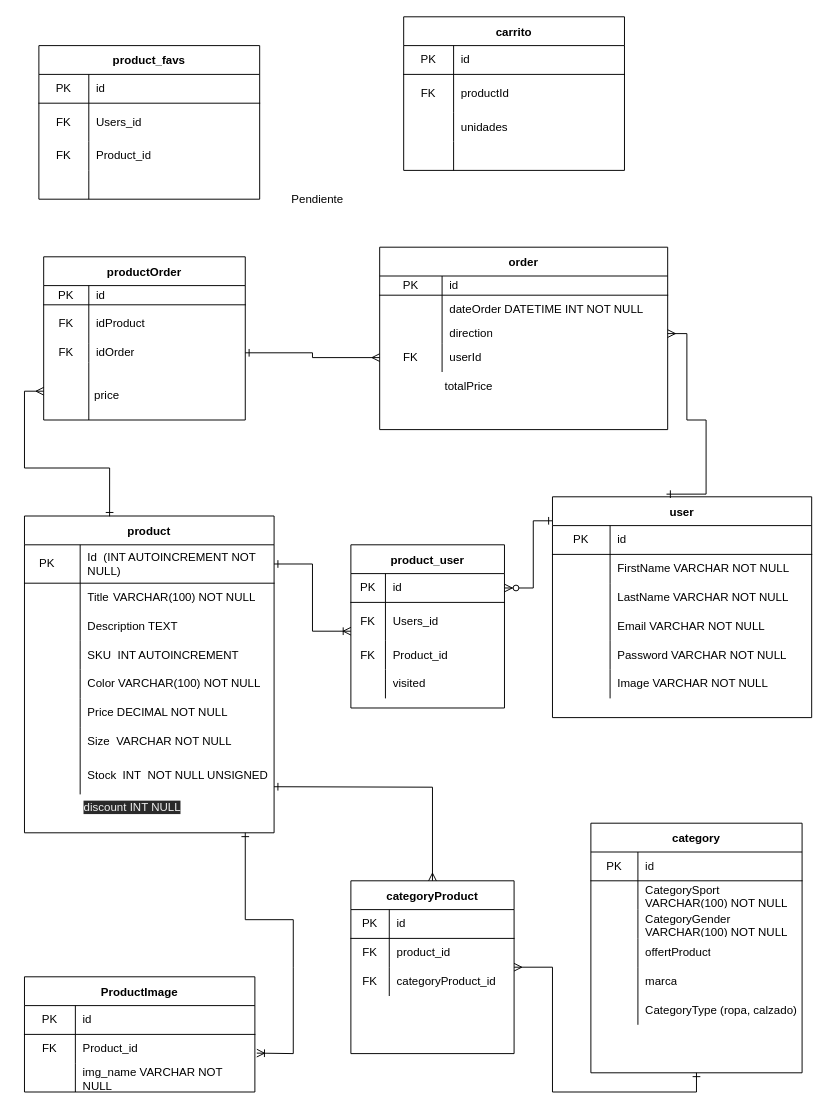
Earlier version of the draw.io diagram data/DER/Entity-Relation-Diagram.drawio (0621CDFSNCN12LAED/grupo-08). Source tidied: cells renumbered, new cells numbered last; positions are measured from the earlier drawing's top-left corner, leaving out a move shared by most shapes. Both pictures are drawn from the tidied source at 96%, with x=0, y=0 at pixel (24, 16).
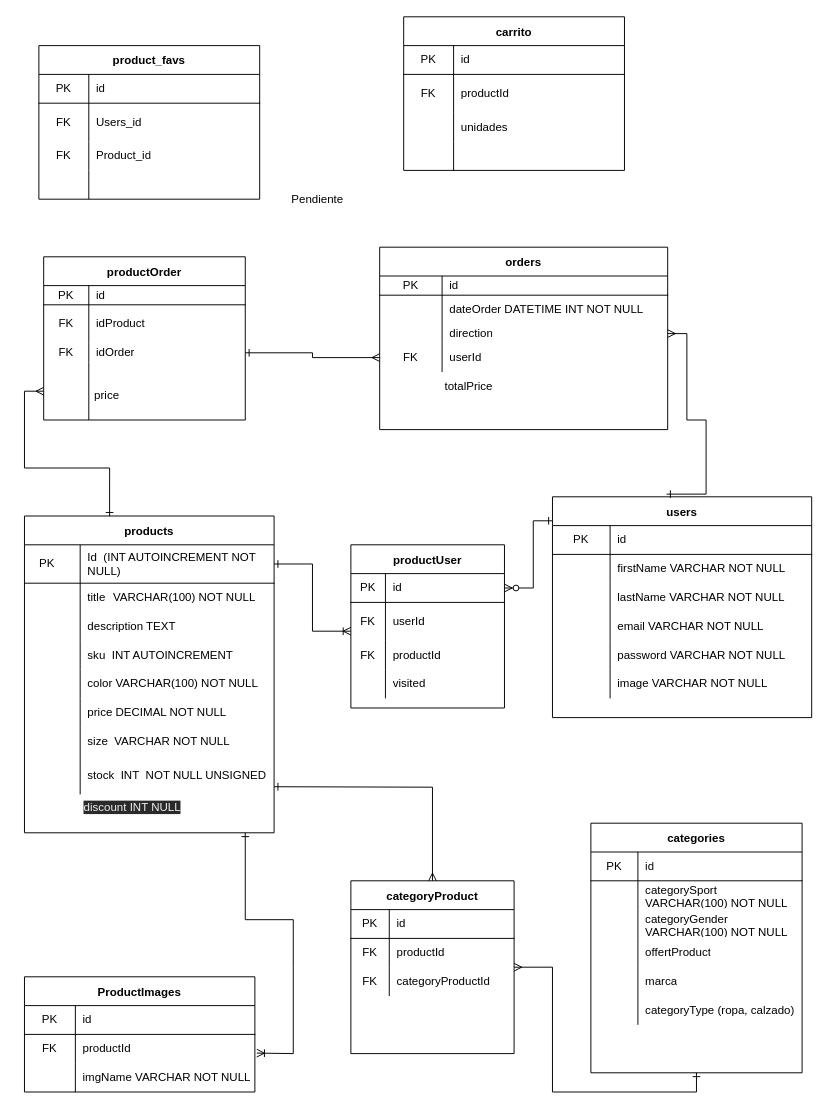
Above is the later version.

Commit message:
correccion nombres de diagrama minusculas + camelCase

Unchanged cells that the change refers to:
```xml
<mxCell id="6" style="shape=partialRectangle;html=1;whiteSpace=wrap;fillColor=none;top=0;left=0;bottom=0;right=0;" parent="2" vertex="1">
  <mxGeometry y="70" width="260" height="30" as="geometry" />
</mxCell>
<mxCell id="9" style="shape=partialRectangle;html=1;whiteSpace=wrap;fillColor=none;top=0;left=0;bottom=0;right=0;" parent="2" vertex="1">
  <mxGeometry y="100" width="260" height="30" as="geometry" />
</mxCell>
<mxCell id="12" style="shape=partialRectangle;html=1;whiteSpace=wrap;fillColor=none;top=0;left=0;bottom=0;right=0;" parent="2" vertex="1">
  <mxGeometry y="130" width="260" height="30" as="geometry" />
</mxCell>
<mxCell id="15" style="shape=partialRectangle;html=1;whiteSpace=wrap;fillColor=none;top=0;left=0;bottom=0;right=0;" parent="2" vertex="1">
  <mxGeometry y="160" width="260" height="30" as="geometry" />
</mxCell>
<mxCell id="18" style="shape=partialRectangle;html=1;whiteSpace=wrap;fillColor=none;top=0;left=0;bottom=0;right=0;" parent="2" vertex="1">
  <mxGeometry y="190" width="260" height="30" as="geometry" />
</mxCell>
<mxCell id="21" style="shape=partialRectangle;html=1;whiteSpace=wrap;fillColor=none;top=0;left=0;bottom=0;right=0;" parent="2" vertex="1">
  <mxGeometry y="220" width="260" height="30" as="geometry" />
</mxCell>
<mxCell id="24" style="shape=partialRectangle;html=1;whiteSpace=wrap;fillColor=none;top=0;left=0;bottom=0;right=0;" parent="2" vertex="1">
  <mxGeometry y="250" width="260" height="40" as="geometry" />
</mxCell>
<mxCell id="32" style="shape=partialRectangle;html=1;whiteSpace=wrap;fillColor=none;top=0;left=0;bottom=0;right=0;" parent="28" vertex="1">
  <mxGeometry y="60" width="240" height="30" as="geometry" />
</mxCell>
<mxCell id="35" style="shape=partialRectangle;html=1;whiteSpace=wrap;fillColor=none;top=0;left=0;bottom=0;right=0;" parent="28" vertex="1">
  <mxGeometry y="90" width="240" height="30" as="geometry" />
</mxCell>
<mxCell id="42" style="shape=partialRectangle;html=1;whiteSpace=wrap;fillColor=none;top=0;left=0;bottom=0;right=0;" parent="38" vertex="1">
  <mxGeometry y="60" width="160" height="40" as="geometry" />
</mxCell>
<mxCell id="45" style="shape=partialRectangle;html=1;whiteSpace=wrap;fillColor=none;top=0;left=0;bottom=0;right=0;" parent="38" vertex="1">
  <mxGeometry y="100" width="160" height="30" as="geometry" />
</mxCell>
<mxCell id="56" style="shape=partialRectangle;html=1;whiteSpace=wrap;fillColor=none;top=0;left=0;bottom=0;right=0;" parent="52" vertex="1">
  <mxGeometry y="60" width="270" height="30" as="geometry" />
</mxCell>
<mxCell id="59" style="shape=partialRectangle;html=1;whiteSpace=wrap;fillColor=none;top=0;left=0;bottom=0;right=0;" parent="52" vertex="1">
  <mxGeometry y="90" width="270" height="30" as="geometry" />
</mxCell>
<mxCell id="62" style="shape=partialRectangle;html=1;whiteSpace=wrap;fillColor=none;top=0;left=0;bottom=0;right=0;" parent="52" vertex="1">
  <mxGeometry y="120" width="270" height="30" as="geometry" />
</mxCell>
<mxCell id="65" style="shape=partialRectangle;html=1;whiteSpace=wrap;fillColor=none;top=0;left=0;bottom=0;right=0;" parent="52" vertex="1">
  <mxGeometry y="150" width="270" height="30" as="geometry" />
</mxCell>
<mxCell id="68" style="shape=partialRectangle;html=1;whiteSpace=wrap;fillColor=none;top=0;left=0;bottom=0;right=0;" parent="52" vertex="1">
  <mxGeometry y="180" width="270" height="30" as="geometry" />
</mxCell>
<mxCell id="76" style="shape=partialRectangle;html=1;whiteSpace=wrap;fillColor=none;top=0;left=0;bottom=0;right=0;" parent="72" vertex="1">
  <mxGeometry y="60" width="220" height="30" as="geometry" />
</mxCell>
<mxCell id="79" style="shape=partialRectangle;html=1;whiteSpace=wrap;fillColor=none;top=0;left=0;bottom=0;right=0;" parent="72" vertex="1">
  <mxGeometry y="90" width="220" height="30" as="geometry" />
</mxCell>
<mxCell id="88" style="shape=partialRectangle;html=1;whiteSpace=wrap;fillColor=none;top=0;left=0;bottom=0;right=0;" parent="72" vertex="1">
  <mxGeometry y="180" width="220" height="30" as="geometry" />
</mxCell>
<mxCell id="96" style="shape=partialRectangle;html=1;whiteSpace=wrap;fillColor=none;top=0;left=0;bottom=0;right=0;" parent="92" vertex="1">
  <mxGeometry y="60" width="170" height="30" as="geometry" />
</mxCell>
<mxCell id="99" style="shape=partialRectangle;html=1;whiteSpace=wrap;fillColor=none;top=0;left=0;bottom=0;right=0;" parent="92" vertex="1">
  <mxGeometry y="90" width="170" height="30" as="geometry" />
</mxCell>
```

What changed in the source:
```diff
@@
-    <mxCell id="2" value="product" style="shape=table;startSize=30;childLayout=tableLayout;rowLines=0;fontStyle=1;align=center;" parent="1" vertex="1">
+    <mxCell id="2" value="products" style="shape=table;startSize=30;childLayout=tableLayout;rowLines=0;fontStyle=1;align=center;" parent="1" vertex="1">
       <mxGeometry y="520" width="260" height="330" as="geometry" />
     </mxCell>
@@
-    <mxCell id="8" value="Title&lt;span style=&quot;white-space: pre&quot;&gt;&#9;&lt;/span&gt;VARCHAR(100) NOT NULL" style="shape=partialRectangle;html=1;whiteSpace=wrap;fillColor=none;top=0;left=0;bottom=0;right=0;align=left;spacingLeft=6;overflow=hidden;" parent="6" vertex="1">
+    <mxCell id="8" value="title&lt;span style=&quot;white-space: pre&quot;&gt;&#9;&lt;/span&gt;VARCHAR(100) NOT NULL" style="shape=partialRectangle;html=1;whiteSpace=wrap;fillColor=none;top=0;left=0;bottom=0;right=0;align=left;spacingLeft=6;overflow=hidden;" parent="6" vertex="1">
       <mxGeometry x="58" width="202" height="30" as="geometry" />
     </mxCell>
@@
-    <mxCell id="11" value="Description TEXT&amp;nbsp;" style="shape=partialRectangle;html=1;whiteSpace=wrap;fillColor=none;top=0;left=0;bottom=0;right=0;align=left;spacingLeft=6;overflow=hidden;" parent="9" vertex="1">
+    <mxCell id="11" value="description TEXT&amp;nbsp;" style="shape=partialRectangle;html=1;whiteSpace=wrap;fillColor=none;top=0;left=0;bottom=0;right=0;align=left;spacingLeft=6;overflow=hidden;" parent="9" vertex="1">
       <mxGeometry x="58" width="202" height="30" as="geometry" />
     </mxCell>
@@
-    <mxCell id="14" value="SKU&amp;nbsp; INT AUTOINCREMENT" style="shape=partialRectangle;html=1;whiteSpace=wrap;fillColor=none;top=0;left=0;bottom=0;right=0;align=left;spacingLeft=6;overflow=hidden;" parent="12" vertex="1">
+    <mxCell id="14" value="sku&amp;nbsp; INT AUTOINCREMENT" style="shape=partialRectangle;html=1;whiteSpace=wrap;fillColor=none;top=0;left=0;bottom=0;right=0;align=left;spacingLeft=6;overflow=hidden;" parent="12" vertex="1">
       <mxGeometry x="58" width="202" height="30" as="geometry" />
     </mxCell>
@@
-    <mxCell id="17" value="Color VARCHAR(100) NOT NULL" style="shape=partialRectangle;html=1;whiteSpace=wrap;fillColor=none;top=0;left=0;bottom=0;right=0;align=left;spacingLeft=6;overflow=hidden;" parent="15" vertex="1">
+    <mxCell id="17" value="color VARCHAR(100) NOT NULL" style="shape=partialRectangle;html=1;whiteSpace=wrap;fillColor=none;top=0;left=0;bottom=0;right=0;align=left;spacingLeft=6;overflow=hidden;" parent="15" vertex="1">
       <mxGeometry x="58" width="202" height="30" as="geometry" />
     </mxCell>
@@
-    <mxCell id="20" value="Price DECIMAL NOT NULL" style="shape=partialRectangle;html=1;whiteSpace=wrap;fillColor=none;top=0;left=0;bottom=0;right=0;align=left;spacingLeft=6;overflow=hidden;" parent="18" vertex="1">
+    <mxCell id="20" value="price DECIMAL NOT NULL" style="shape=partialRectangle;html=1;whiteSpace=wrap;fillColor=none;top=0;left=0;bottom=0;right=0;align=left;spacingLeft=6;overflow=hidden;" parent="18" vertex="1">
       <mxGeometry x="58" width="202" height="30" as="geometry" />
     </mxCell>
@@
-    <mxCell id="23" value="Size&amp;nbsp; VARCHAR NOT NULL" style="shape=partialRectangle;html=1;whiteSpace=wrap;fillColor=none;top=0;left=0;bottom=0;right=0;align=left;spacingLeft=6;overflow=hidden;" parent="21" vertex="1">
+    <mxCell id="23" value="size&amp;nbsp; VARCHAR NOT NULL" style="shape=partialRectangle;html=1;whiteSpace=wrap;fillColor=none;top=0;left=0;bottom=0;right=0;align=left;spacingLeft=6;overflow=hidden;" parent="21" vertex="1">
       <mxGeometry x="58" width="202" height="30" as="geometry" />
     </mxCell>
@@
-    <mxCell id="26" value="Stock&amp;nbsp; INT&amp;nbsp; NOT NULL UNSIGNED" style="shape=partialRectangle;html=1;whiteSpace=wrap;fillColor=none;top=0;left=0;bottom=0;right=0;align=left;spacingLeft=6;overflow=hidden;" parent="24" vertex="1">
+    <mxCell id="26" value="stock&amp;nbsp; INT&amp;nbsp; NOT NULL UNSIGNED" style="shape=partialRectangle;html=1;whiteSpace=wrap;fillColor=none;top=0;left=0;bottom=0;right=0;align=left;spacingLeft=6;overflow=hidden;" parent="24" vertex="1">
       <mxGeometry x="58" width="202" height="40" as="geometry" />
     </mxCell>
@@
-    <mxCell id="28" value="ProductImage" style="shape=table;startSize=30;childLayout=tableLayout;rowLines=0;fontStyle=1;align=center;" parent="1" vertex="1">
+    <mxCell id="28" value="ProductImages" style="shape=table;startSize=30;childLayout=tableLayout;rowLines=0;fontStyle=1;align=center;" parent="1" vertex="1">
       <mxGeometry y="1000" width="240" height="120" as="geometry" />
     </mxCell>
@@
-    <mxCell id="34" value="Product_id" style="shape=partialRectangle;html=1;whiteSpace=wrap;fillColor=none;top=0;left=0;bottom=0;right=0;align=left;spacingLeft=6;overflow=hidden;" parent="32" vertex="1">
+    <mxCell id="34" value="productId" style="shape=partialRectangle;html=1;whiteSpace=wrap;fillColor=none;top=0;left=0;bottom=0;right=0;align=left;spacingLeft=6;overflow=hidden;" parent="32" vertex="1">
       <mxGeometry x="53" width="187" height="30" as="geometry" />
     </mxCell>
@@
-    <mxCell id="37" value="img_name VARCHAR NOT NULL" style="shape=partialRectangle;html=1;whiteSpace=wrap;fillColor=none;top=0;left=0;bottom=0;right=0;align=left;spacingLeft=6;overflow=hidden;" parent="35" vertex="1">
+    <mxCell id="37" value="imgName VARCHAR NOT NULL" style="shape=partialRectangle;html=1;whiteSpace=wrap;fillColor=none;top=0;left=0;bottom=0;right=0;align=left;spacingLeft=6;overflow=hidden;" parent="35" vertex="1">
       <mxGeometry x="53" width="187" height="30" as="geometry" />
     </mxCell>
-    <mxCell id="38" value="product_user" style="shape=table;startSize=30;childLayout=tableLayout;rowLines=0;fontStyle=1;align=center;" parent="1" vertex="1">
+    <mxCell id="38" value="productUser" style="shape=table;startSize=30;childLayout=tableLayout;rowLines=0;fontStyle=1;align=center;" parent="1" vertex="1">
       <mxGeometry x="340" y="550" width="160" height="170" as="geometry" />
     </mxCell>
@@
-    <mxCell id="44" value="Users_id&amp;nbsp;" style="shape=partialRectangle;html=1;whiteSpace=wrap;fillColor=none;top=0;left=0;bottom=0;right=0;align=left;spacingLeft=6;overflow=hidden;" parent="42" vertex="1">
+    <mxCell id="44" value="userId" style="shape=partialRectangle;html=1;whiteSpace=wrap;fillColor=none;top=0;left=0;bottom=0;right=0;align=left;spacingLeft=6;overflow=hidden;" parent="42" vertex="1">
       <mxGeometry x="36" width="124" height="40" as="geometry" />
     </mxCell>
@@
-    <mxCell id="47" value="Product_id" style="shape=partialRectangle;html=1;whiteSpace=wrap;fillColor=none;top=0;left=0;bottom=0;right=0;align=left;spacingLeft=6;overflow=hidden;" parent="45" vertex="1">
+    <mxCell id="47" value="productId" style="shape=partialRectangle;html=1;whiteSpace=wrap;fillColor=none;top=0;left=0;bottom=0;right=0;align=left;spacingLeft=6;overflow=hidden;" parent="45" vertex="1">
       <mxGeometry x="36" width="124" height="30" as="geometry" />
     </mxCell>
@@
-    <mxCell id="52" value="user" style="shape=table;startSize=30;childLayout=tableLayout;rowLines=0;fontStyle=1;align=center;" parent="1" vertex="1">
+    <mxCell id="52" value="users" style="shape=table;startSize=30;childLayout=tableLayout;rowLines=0;fontStyle=1;align=center;" parent="1" vertex="1">
       <mxGeometry x="550" y="500" width="270" height="230" as="geometry" />
     </mxCell>
@@
-    <mxCell id="58" value="FirstName VARCHAR NOT NULL" style="shape=partialRectangle;html=1;whiteSpace=wrap;fillColor=none;top=0;left=0;bottom=0;right=0;align=left;spacingLeft=6;overflow=hidden;" parent="56" vertex="1">
+    <mxCell id="58" value="firstName VARCHAR NOT NULL" style="shape=partialRectangle;html=1;whiteSpace=wrap;fillColor=none;top=0;left=0;bottom=0;right=0;align=left;spacingLeft=6;overflow=hidden;" parent="56" vertex="1">
       <mxGeometry x="60" width="210" height="30" as="geometry" />
     </mxCell>
@@
-    <mxCell id="61" value="LastName VARCHAR NOT NULL" style="shape=partialRectangle;html=1;whiteSpace=wrap;fillColor=none;top=0;left=0;bottom=0;right=0;align=left;spacingLeft=6;overflow=hidden;" parent="59" vertex="1">
+    <mxCell id="61" value="lastName VARCHAR NOT NULL" style="shape=partialRectangle;html=1;whiteSpace=wrap;fillColor=none;top=0;left=0;bottom=0;right=0;align=left;spacingLeft=6;overflow=hidden;" parent="59" vertex="1">
       <mxGeometry x="60" width="210" height="30" as="geometry" />
     </mxCell>
@@
-    <mxCell id="64" value="Email VARCHAR NOT NULL" style="shape=partialRectangle;html=1;whiteSpace=wrap;fillColor=none;top=0;left=0;bottom=0;right=0;align=left;spacingLeft=6;overflow=hidden;" parent="62" vertex="1">
+    <mxCell id="64" value="email VARCHAR NOT NULL" style="shape=partialRectangle;html=1;whiteSpace=wrap;fillColor=none;top=0;left=0;bottom=0;right=0;align=left;spacingLeft=6;overflow=hidden;" parent="62" vertex="1">
       <mxGeometry x="60" width="210" height="30" as="geometry" />
     </mxCell>
@@
-    <mxCell id="67" value="Password VARCHAR NOT NULL" style="shape=partialRectangle;html=1;whiteSpace=wrap;fillColor=none;top=0;left=0;bottom=0;right=0;align=left;spacingLeft=6;overflow=hidden;" parent="65" vertex="1">
+    <mxCell id="67" value="password VARCHAR NOT NULL" style="shape=partialRectangle;html=1;whiteSpace=wrap;fillColor=none;top=0;left=0;bottom=0;right=0;align=left;spacingLeft=6;overflow=hidden;" parent="65" vertex="1">
       <mxGeometry x="60" width="210" height="30" as="geometry" />
     </mxCell>
@@
-    <mxCell id="70" value="Image VARCHAR NOT NULL" style="shape=partialRectangle;html=1;whiteSpace=wrap;fillColor=none;top=0;left=0;bottom=0;right=0;align=left;spacingLeft=6;overflow=hidden;" parent="68" vertex="1">
+    <mxCell id="70" value="image VARCHAR NOT NULL" style="shape=partialRectangle;html=1;whiteSpace=wrap;fillColor=none;top=0;left=0;bottom=0;right=0;align=left;spacingLeft=6;overflow=hidden;" parent="68" vertex="1">
       <mxGeometry x="60" width="210" height="30" as="geometry" />
     </mxCell>
@@
-    <mxCell id="72" value="category" style="shape=table;startSize=30;childLayout=tableLayout;rowLines=0;fontStyle=1;align=center;" parent="1" vertex="1">
+    <mxCell id="72" value="categories" style="shape=table;startSize=30;childLayout=tableLayout;rowLines=0;fontStyle=1;align=center;" parent="1" vertex="1">
       <mxGeometry x="590" y="840" width="220" height="260" as="geometry" />
     </mxCell>
@@
-    <mxCell id="78" value="&lt;span style=&quot;font-family: &amp;#34;helvetica&amp;#34;&quot;&gt;CategorySport VARCHAR(100) NOT NULL&lt;/span&gt;" style="shape=partialRectangle;html=1;whiteSpace=wrap;fillColor=none;top=0;left=0;bottom=0;right=0;align=left;spacingLeft=6;overflow=hidden;" parent="76" vertex="1">
+    <mxCell id="78" value="&lt;span style=&quot;font-family: &amp;#34;helvetica&amp;#34;&quot;&gt;categorySport VARCHAR(100) NOT NULL&lt;/span&gt;" style="shape=partialRectangle;html=1;whiteSpace=wrap;fillColor=none;top=0;left=0;bottom=0;right=0;align=left;spacingLeft=6;overflow=hidden;" parent="76" vertex="1">
       <mxGeometry x="49" width="171" height="30" as="geometry" />
     </mxCell>
@@
-    <mxCell id="81" value="&lt;span&gt;CategoryGender VARCHAR(100) NOT NULL&lt;/span&gt;&lt;br&gt;&lt;span&gt;&amp;nbsp;&amp;nbsp;&lt;/span&gt;" style="shape=partialRectangle;html=1;whiteSpace=wrap;fillColor=none;top=0;left=0;bottom=0;right=0;align=left;spacingLeft=6;overflow=hidden;" parent="79" vertex="1">
+    <mxCell id="81" value="&lt;span&gt;categoryGender VARCHAR(100) NOT NULL&lt;/span&gt;&lt;br&gt;&lt;span&gt;&amp;nbsp;&amp;nbsp;&lt;/span&gt;" style="shape=partialRectangle;html=1;whiteSpace=wrap;fillColor=none;top=0;left=0;bottom=0;right=0;align=left;spacingLeft=6;overflow=hidden;" parent="79" vertex="1">
       <mxGeometry x="49" width="171" height="30" as="geometry" />
     </mxCell>
@@
-    <mxCell id="90" value="CategoryType (ropa, calzado)" style="shape=partialRectangle;html=1;whiteSpace=wrap;fillColor=none;top=0;left=0;bottom=0;right=0;align=left;spacingLeft=6;overflow=hidden;" parent="88" vertex="1">
+    <mxCell id="90" value="categoryType (ropa, calzado)" style="shape=partialRectangle;html=1;whiteSpace=wrap;fillColor=none;top=0;left=0;bottom=0;right=0;align=left;spacingLeft=6;overflow=hidden;" parent="88" vertex="1">
       <mxGeometry x="49" width="171" height="30" as="geometry" />
     </mxCell>
@@
-    <mxCell id="98" value="product_id" style="shape=partialRectangle;html=1;whiteSpace=wrap;fillColor=none;top=0;left=0;bottom=0;right=0;align=left;spacingLeft=6;overflow=hidden;" parent="96" vertex="1">
+    <mxCell id="98" value="productId" style="shape=partialRectangle;html=1;whiteSpace=wrap;fillColor=none;top=0;left=0;bottom=0;right=0;align=left;spacingLeft=6;overflow=hidden;" parent="96" vertex="1">
       <mxGeometry x="40" width="130" height="30" as="geometry" />
     </mxCell>
@@
-    <mxCell id="101" value="categoryProduct_id" style="shape=partialRectangle;html=1;whiteSpace=wrap;fillColor=none;top=0;left=0;bottom=0;right=0;align=left;spacingLeft=6;overflow=hidden;" parent="99" vertex="1">
+    <mxCell id="101" value="categoryProductId" style="shape=partialRectangle;html=1;whiteSpace=wrap;fillColor=none;top=0;left=0;bottom=0;right=0;align=left;spacingLeft=6;overflow=hidden;" parent="99" vertex="1">
       <mxGeometry x="40" width="130" height="30" as="geometry" />
     </mxCell>
@@
-    <mxCell id="103" value="order" style="shape=table;startSize=30;childLayout=tableLayout;rowLines=0;fontStyle=1;align=center;" parent="1" vertex="1">
+    <mxCell id="103" value="orders" style="shape=table;startSize=30;childLayout=tableLayout;rowLines=0;fontStyle=1;align=center;" parent="1" vertex="1">
       <mxGeometry x="370" y="240" width="300" height="190" as="geometry" />
     </mxCell>
```
